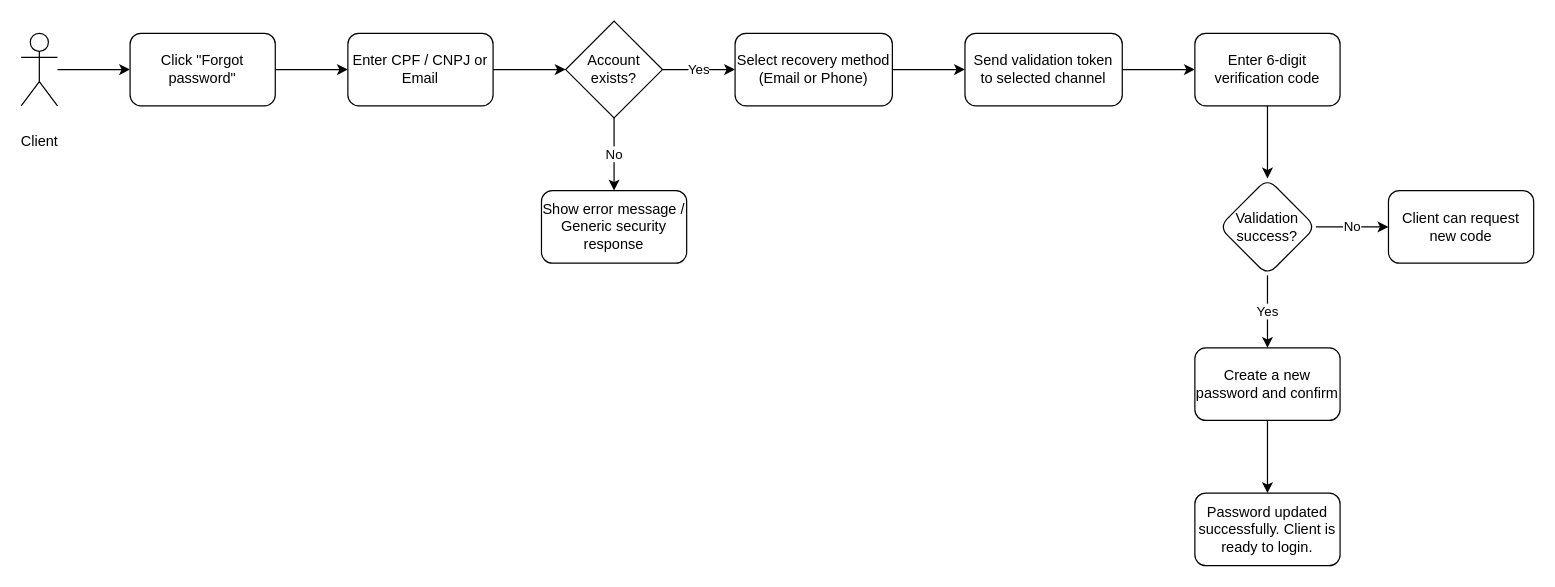
This is page "Process" (1 of 3) of docs/storytelling/Forgot Password.drawio from 1ChristianAlex/motordesk, a draw.io file, before an edit. Source tidied: cells renumbered, new cells numbered last; positions are measured from the earlier drawing's top-left corner, leaving out a move shared by most shapes. Both pictures are drawn from the tidied source at 121%, with x=0, y=0 at pixel (21, 21).
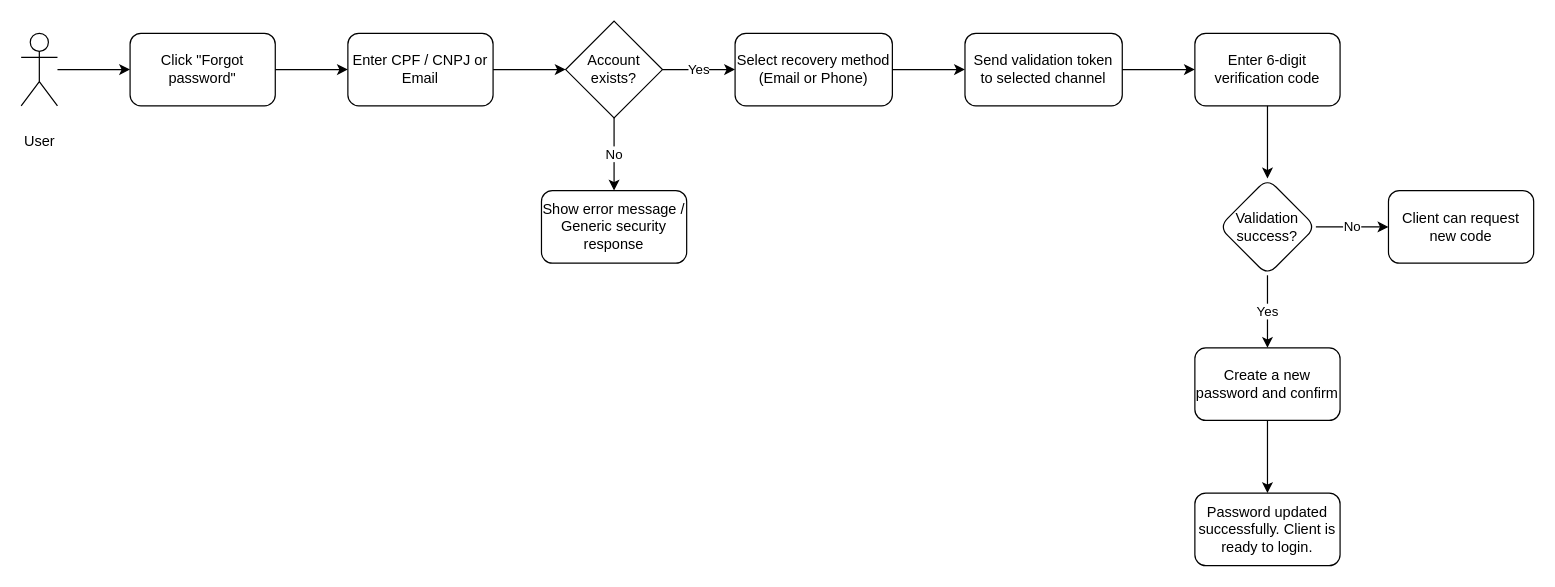
Above is the later version.

The edit, as a diff of the source:
```diff
@@
-    <mxCell id="2" value="Client" style="shape=umlActor;verticalLabelPosition=bottom;verticalAlign=middle;html=1;outlineConnect=0;" parent="1" vertex="1">
+    <mxCell id="2" value="User" style="shape=umlActor;verticalLabelPosition=bottom;verticalAlign=middle;html=1;outlineConnect=0;" parent="1" vertex="1">
       <mxGeometry y="10" width="30" height="60" as="geometry" />
     </mxCell>
```
